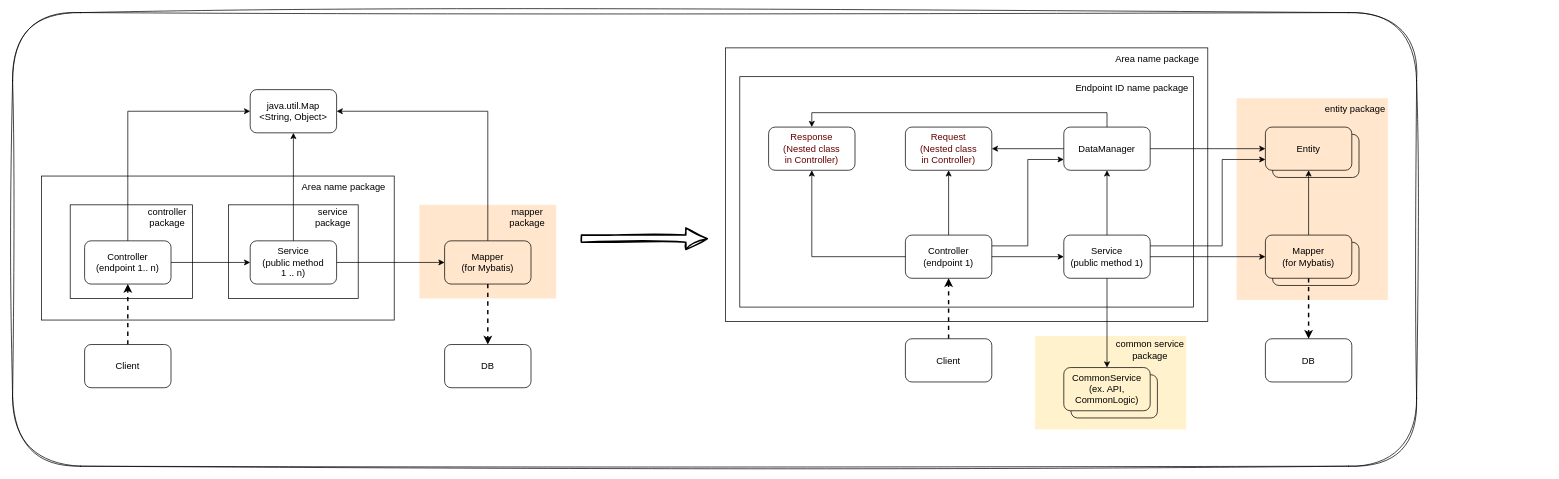
This is page "cover" (4 of 4) of architecture-in-spring/SimpleBackend.drawio from seungyeop-lee/blog-example, a draw.io file, before an edit. Source tidied: cells renumbered, new cells numbered last; positions are measured from the earlier drawing's top-left corner, leaving out a move shared by most shapes. Both pictures are drawn from the tidied source at 72%, with x=0, y=0 at pixel (12, 12).
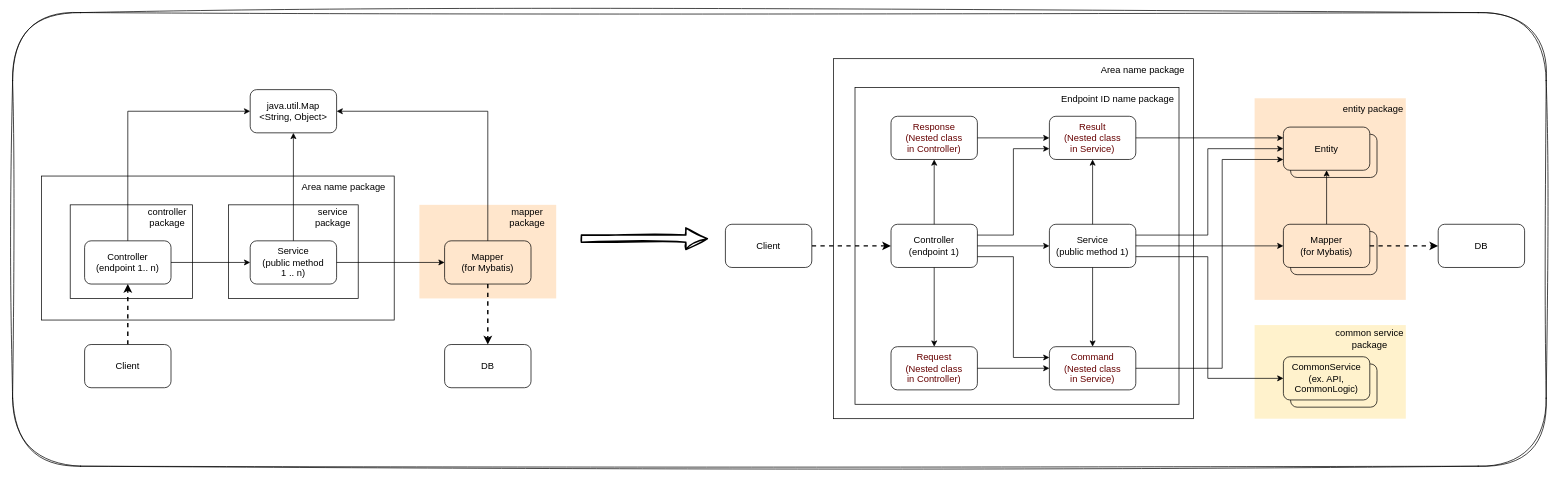
Above is the later version.

Commit message:
Spring MVC & MyBatis 기반 단순 아키텍처: drawio 파일에 TO-BE-v2 추가

The edit, as a diff of the source:
```diff
@@
     <mxCell id="2" style="rounded=1;whiteSpace=wrap;html=1;fillColor=none;sketch=1;curveFitting=1;jiggle=2;" parent="1" vertex="1">
-      <mxGeometry width="1950" height="630" as="geometry" />
+      <mxGeometry width="2130" height="630" as="geometry" />
     </mxCell>
@@
-    <mxCell id="25" style="group;" parent="1" vertex="1">
-      <mxGeometry x="990" y="49" width="920" height="530" as="geometry" />
-    </mxCell>
-    <mxCell id="26" style="rounded=0;whiteSpace=wrap;html=1;shadow=0;glass=0;sketch=0;strokeColor=#000000;fontSize=13;fillColor=none;" parent="25" vertex="1">
-      <mxGeometry width="670" height="380" as="geometry" />
-    </mxCell>
-    <mxCell id="27" style="rounded=0;whiteSpace=wrap;html=1;shadow=0;glass=0;sketch=0;strokeColor=#000000;fontSize=13;fillColor=none;" parent="25" vertex="1">
-      <mxGeometry x="20" y="40" width="630" height="320" as="geometry" />
-    </mxCell>
-    <mxCell id="28" style="rounded=0;whiteSpace=wrap;html=1;fillColor=#fff2cc;strokeColor=none;" parent="25" vertex="1">
-      <mxGeometry x="430" y="400" width="210" height="130" as="geometry" />
-    </mxCell>
-    <mxCell id="29" style="rounded=0;whiteSpace=wrap;html=1;fillColor=#ffe6cc;strokeColor=none;" parent="25" vertex="1">
-      <mxGeometry x="710" y="70" width="210" height="280" as="geometry" />
-    </mxCell>
-    <mxCell id="30" style="rounded=1;whiteSpace=wrap;html=1;fillColor=none;fontStyle=0;fontSize=13;" parent="25" vertex="1">
-      <mxGeometry x="480" y="454" width="120" height="60" as="geometry" />
-    </mxCell>
-    <mxCell id="31" style="rounded=1;whiteSpace=wrap;html=1;fillColor=none;fontStyle=1;fontSize=13;" parent="25" vertex="1">
-      <mxGeometry x="760" y="120" width="120" height="60" as="geometry" />
-    </mxCell>
-    <mxCell id="32" style="rounded=1;whiteSpace=wrap;html=1;fillColor=none;fontStyle=0;fontSize=13;" parent="25" vertex="1">
-      <mxGeometry x="760" y="270" width="120" height="60" as="geometry" />
-    </mxCell>
+    <mxCell id="61" style="endArrow=classic;html=1;rounded=0;shape=arrow;sketch=1;curveFitting=1;jiggle=2;strokeWidth=2;endSize=9;startSize=7;shadow=0;" parent="1" edge="1">
+      <mxGeometry relative="1" as="geometry">
+        <mxPoint x="790" y="314" as="sourcePoint" />
+        <mxPoint x="965" y="314" as="targetPoint" />
+      </mxGeometry>
+    </mxCell>
+    <mxCell id="62" style="group;" parent="1" vertex="1">
+      <mxGeometry x="990" y="64" width="1110" height="500" as="geometry" />
+    </mxCell>
+    <mxCell id="63" style="rounded=0;whiteSpace=wrap;html=1;shadow=0;glass=0;sketch=0;strokeColor=#000000;fontSize=13;fillColor=none;" parent="62" vertex="1">
+      <mxGeometry x="150" width="500" height="500" as="geometry" />
+    </mxCell>
+    <mxCell id="64" style="rounded=0;whiteSpace=wrap;html=1;shadow=0;glass=0;sketch=0;strokeColor=#000000;fontSize=13;fillColor=none;" parent="62" vertex="1">
+      <mxGeometry x="180" y="40" width="450" height="440" as="geometry" />
+    </mxCell>
+    <mxCell id="65" style="rounded=0;whiteSpace=wrap;html=1;fillColor=#fff2cc;strokeColor=none;" parent="62" vertex="1">
+      <mxGeometry x="735" y="370" width="210" height="130" as="geometry" />
+    </mxCell>
+    <mxCell id="66" style="rounded=0;whiteSpace=wrap;html=1;fillColor=#ffe6cc;strokeColor=none;" parent="62" vertex="1">
+      <mxGeometry x="735" y="55" width="210" height="280" as="geometry" />
+    </mxCell>
+    <mxCell id="67" style="rounded=1;whiteSpace=wrap;html=1;fillColor=none;fontStyle=0;fontSize=13;" parent="62" vertex="1">
+      <mxGeometry x="785" y="424" width="120" height="60" as="geometry" />
+    </mxCell>
+    <mxCell id="68" style="rounded=1;whiteSpace=wrap;html=1;fillColor=none;fontStyle=1;fontSize=13;" parent="62" vertex="1">
+      <mxGeometry x="785" y="105" width="120" height="60" as="geometry" />
+    </mxCell>
+    <mxCell id="69" style="rounded=1;whiteSpace=wrap;html=1;fillColor=none;fontStyle=0;fontSize=13;" parent="62" vertex="1">
+      <mxGeometry x="785" y="240" width="120" height="60" as="geometry" />
+    </mxCell>
-    <mxCell id="33" value="Controller&lt;br&gt;(endpoint 1)" style="rounded=1;whiteSpace=wrap;html=1;fillColor=none;fontStyle=0;fontSize=13;glass=0;shadow=0;" parent="25" vertex="1">
-      <mxGeometry x="250" y="260" width="120" height="60" as="geometry" />
+    <mxCell id="33" value="Controller&lt;br&gt;(endpoint 1)" style="rounded=1;whiteSpace=wrap;html=1;fillColor=none;fontStyle=0;fontSize=13;glass=0;shadow=0;" parent="62" vertex="1">
+      <mxGeometry x="230" y="230" width="120" height="60" as="geometry" />
     </mxCell>
-    <mxCell id="34" value="Request&lt;br&gt;(Nested class&lt;br style=&quot;border-color: var(--border-color);&quot;&gt;in Controller)" style="rounded=1;whiteSpace=wrap;html=1;fillColor=none;fontStyle=0;fontSize=13;glass=0;shadow=0;fontColor=#660000;" parent="25" vertex="1">
-      <mxGeometry x="250" y="110" width="120" height="60" as="geometry" />
+    <mxCell id="34" value="Request&lt;br&gt;(Nested class&lt;br style=&quot;border-color: var(--border-color);&quot;&gt;in Controller)" style="rounded=1;whiteSpace=wrap;html=1;fillColor=none;fontStyle=0;fontSize=13;glass=0;shadow=0;fontColor=#660000;" parent="62" vertex="1">
+      <mxGeometry x="230" y="400" width="120" height="60" as="geometry" />
     </mxCell>
-    <mxCell id="35" style="edgeStyle=orthogonalEdgeStyle;rounded=0;jettySize=auto;html=1;exitX=0.5;exitY=0;exitDx=0;exitDy=0;entryX=0.5;entryY=1;entryDx=0;entryDy=0;" parent="25" edge="1" source="33" target="34">
+    <mxCell id="35" style="edgeStyle=orthogonalEdgeStyle;rounded=0;jettySize=auto;html=1;exitX=0.5;exitY=1;exitDx=0;exitDy=0;entryX=0.5;entryY=0;entryDx=0;entryDy=0;" parent="62" edge="1" source="33" target="34">
       <mxGeometry relative="1" as="geometry" />
     </mxCell>
-    <mxCell id="36" value="Response&lt;br&gt;(Nested class&lt;br&gt;in Controller)" style="rounded=1;whiteSpace=wrap;html=1;fillColor=none;fontStyle=0;fontSize=13;glass=0;shadow=0;fontColor=#660000;" parent="25" vertex="1">
-      <mxGeometry x="60" y="110" width="120" height="60" as="geometry" />
+    <mxCell id="36" value="Response&lt;br&gt;(Nested class&lt;br&gt;in Controller)" style="rounded=1;whiteSpace=wrap;html=1;fillColor=none;fontStyle=0;fontSize=13;glass=0;shadow=0;fontColor=#660000;" parent="62" vertex="1">
+      <mxGeometry x="230" y="80" width="120" height="60" as="geometry" />
     </mxCell>
-    <mxCell id="37" style="edgeStyle=orthogonalEdgeStyle;rounded=0;jettySize=auto;html=1;exitX=0;exitY=0.5;exitDx=0;exitDy=0;entryX=0.5;entryY=1;entryDx=0;entryDy=0;" parent="25" edge="1" source="33" target="36">
+    <mxCell id="37" style="edgeStyle=orthogonalEdgeStyle;rounded=0;jettySize=auto;html=1;exitX=0.5;exitY=0;exitDx=0;exitDy=0;entryX=0.5;entryY=1;entryDx=0;entryDy=0;" parent="62" edge="1" source="33" target="36">
       <mxGeometry relative="1" as="geometry" />
     </mxCell>
-    <mxCell id="38" value="Service&lt;br&gt;(public method 1)" style="rounded=1;whiteSpace=wrap;html=1;fillColor=none;fontStyle=0;fontSize=13;glass=0;shadow=0;" parent="25" vertex="1">
-      <mxGeometry x="470" y="260" width="120" height="60" as="geometry" />
+    <mxCell id="38" value="Service&lt;br&gt;(public method 1)" style="rounded=1;whiteSpace=wrap;html=1;fillColor=none;fontStyle=0;fontSize=13;glass=0;shadow=0;" parent="62" vertex="1">
+      <mxGeometry x="450" y="230" width="120" height="60" as="geometry" />
     </mxCell>
-    <mxCell id="39" style="edgeStyle=orthogonalEdgeStyle;rounded=0;jettySize=auto;html=1;exitX=1;exitY=0.5;exitDx=0;exitDy=0;entryX=0;entryY=0.5;entryDx=0;entryDy=0;" parent="25" edge="1" source="33" target="38">
+    <mxCell id="39" style="edgeStyle=orthogonalEdgeStyle;rounded=0;jettySize=auto;html=1;exitX=1;exitY=0.5;exitDx=0;exitDy=0;entryX=0;entryY=0.5;entryDx=0;entryDy=0;" parent="62" edge="1" source="33" target="38">
       <mxGeometry relative="1" as="geometry" />
     </mxCell>
-    <mxCell id="40" style="edgeStyle=orthogonalEdgeStyle;rounded=0;jettySize=auto;html=1;exitX=0;exitY=0.5;exitDx=0;exitDy=0;entryX=1;entryY=0.5;entryDx=0;entryDy=0;" parent="25" edge="1" source="42" target="34">
-      <mxGeometry relative="1" as="geometry" />
-    </mxCell>
-    <mxCell id="41" style="edgeStyle=orthogonalEdgeStyle;rounded=0;jettySize=auto;html=1;exitX=0.5;exitY=0;exitDx=0;exitDy=0;entryX=0.5;entryY=0;entryDx=0;entryDy=0;" parent="25" edge="1" source="42" target="36">
-      <mxGeometry relative="1" as="geometry" />
-    </mxCell>
-    <mxCell id="42" value="DataManager" style="rounded=1;whiteSpace=wrap;html=1;fillColor=none;fontStyle=0;fontSize=13;glass=0;shadow=0;" parent="25" vertex="1">
-      <mxGeometry x="470" y="110" width="120" height="60" as="geometry" />
-    </mxCell>
-    <mxCell id="43" style="edgeStyle=orthogonalEdgeStyle;rounded=0;jettySize=auto;html=1;exitX=1;exitY=0.25;exitDx=0;exitDy=0;entryX=0;entryY=0.75;entryDx=0;entryDy=0;" parent="25" edge="1" source="33" target="42">
-      <mxGeometry relative="1" as="geometry">
-        <Array as="points">
-          <mxPoint x="420" y="275" />
-          <mxPoint x="420" y="155" />
-        </Array>
-      </mxGeometry>
-    </mxCell>
-    <mxCell id="44" style="edgeStyle=orthogonalEdgeStyle;rounded=0;jettySize=auto;html=1;exitX=0.5;exitY=0;exitDx=0;exitDy=0;entryX=0.5;entryY=1;entryDx=0;entryDy=0;" parent="25" edge="1" source="38" target="42">
-      <mxGeometry relative="1" as="geometry" />
-    </mxCell>
-    <mxCell id="45" value="Entity" style="rounded=1;whiteSpace=wrap;html=1;fillColor=#ffe6cc;fontStyle=0;fontSize=13;strokeColor=#000000;glass=0;shadow=0;fontColor=#000000;" parent="25" vertex="1">
-      <mxGeometry x="750" y="110" width="120" height="60" as="geometry" />
+    <mxCell id="45" value="Entity" style="rounded=1;whiteSpace=wrap;html=1;fillColor=#ffe6cc;fontStyle=0;fontSize=13;strokeColor=#000000;glass=0;shadow=0;fontColor=#000000;" parent="62" vertex="1">
+      <mxGeometry x="775" y="95" width="120" height="60" as="geometry" />
     </mxCell>
-    <mxCell id="46" style="edgeStyle=orthogonalEdgeStyle;rounded=0;jettySize=auto;html=1;exitX=1;exitY=0.25;exitDx=0;exitDy=0;entryX=0;entryY=0.75;entryDx=0;entryDy=0;" parent="25" edge="1" source="38" target="45">
+    <mxCell id="46" style="edgeStyle=orthogonalEdgeStyle;rounded=0;jettySize=auto;html=1;exitX=1;exitY=0.25;exitDx=0;exitDy=0;entryX=0;entryY=0.5;entryDx=0;entryDy=0;" parent="62" edge="1" source="38" target="45">
       <mxGeometry relative="1" as="geometry">
         <Array as="points">
-          <mxPoint x="690" y="275" />
-          <mxPoint x="690" y="155" />
+          <mxPoint x="670" y="245" />
+          <mxPoint x="670" y="125" />
         </Array>
       </mxGeometry>
     </mxCell>
-    <mxCell id="47" style="edgeStyle=orthogonalEdgeStyle;rounded=0;jettySize=auto;html=1;exitX=1;exitY=0.5;exitDx=0;exitDy=0;entryX=0;entryY=0.5;entryDx=0;entryDy=0;" parent="25" edge="1" source="42" target="45">
-      <mxGeometry relative="1" as="geometry" />
-    </mxCell>
-    <mxCell id="48" style="edgeStyle=orthogonalEdgeStyle;rounded=0;jettySize=auto;html=1;exitX=0.5;exitY=0;exitDx=0;exitDy=0;entryX=0.5;entryY=1;entryDx=0;entryDy=0;" parent="25" edge="1" source="49" target="45">
+    <mxCell id="48" style="edgeStyle=orthogonalEdgeStyle;rounded=0;jettySize=auto;html=1;exitX=0.5;exitY=0;exitDx=0;exitDy=0;entryX=0.5;entryY=1;entryDx=0;entryDy=0;" parent="62" edge="1" source="49" target="45">
       <mxGeometry relative="1" as="geometry" />
     </mxCell>
-    <mxCell id="49" value="Mapper&lt;br&gt;(for Mybatis)" style="rounded=1;whiteSpace=wrap;html=1;fillColor=#ffe6cc;fontStyle=0;fontSize=13;strokeColor=#000000;glass=0;shadow=0;" parent="25" vertex="1">
-      <mxGeometry x="750" y="260" width="120" height="60" as="geometry" />
+    <mxCell id="49" value="Mapper&lt;br&gt;(for Mybatis)" style="rounded=1;whiteSpace=wrap;html=1;fillColor=#ffe6cc;fontStyle=0;fontSize=13;strokeColor=#000000;glass=0;shadow=0;" parent="62" vertex="1">
+      <mxGeometry x="775" y="230" width="120" height="60" as="geometry" />
     </mxCell>
-    <mxCell id="50" style="edgeStyle=orthogonalEdgeStyle;rounded=0;jettySize=auto;html=1;exitX=1;exitY=0.5;exitDx=0;exitDy=0;entryX=0;entryY=0.5;entryDx=0;entryDy=0;" parent="25" edge="1" source="38" target="49">
+    <mxCell id="50" style="edgeStyle=orthogonalEdgeStyle;rounded=0;jettySize=auto;html=1;exitX=1;exitY=0.5;exitDx=0;exitDy=0;entryX=0;entryY=0.5;entryDx=0;entryDy=0;" parent="62" edge="1" source="38" target="49">
       <mxGeometry relative="1" as="geometry" />
     </mxCell>
-    <mxCell id="51" value="CommonService&lt;br&gt;(ex. API, CommonLogic)" style="rounded=1;whiteSpace=wrap;html=1;fillColor=#fff2cc;fontStyle=0;fontSize=13;strokeColor=#000000;glass=0;shadow=0;" parent="25" vertex="1">
-      <mxGeometry x="470" y="444" width="120" height="60" as="geometry" />
+    <mxCell id="51" value="CommonService&lt;br&gt;(ex. API, CommonLogic)" style="rounded=1;whiteSpace=wrap;html=1;fillColor=#fff2cc;fontStyle=0;fontSize=13;strokeColor=#000000;glass=0;shadow=0;" parent="62" vertex="1">
+      <mxGeometry x="775" y="414" width="120" height="60" as="geometry" />
     </mxCell>
-    <mxCell id="52" style="edgeStyle=orthogonalEdgeStyle;rounded=0;jettySize=auto;html=1;exitX=0.5;exitY=1;exitDx=0;exitDy=0;entryX=0.5;entryY=0;entryDx=0;entryDy=0;" parent="25" edge="1" source="38" target="51">
-      <mxGeometry relative="1" as="geometry" />
+    <mxCell id="52" style="edgeStyle=orthogonalEdgeStyle;rounded=0;jettySize=auto;html=1;exitX=1;exitY=0.75;exitDx=0;exitDy=0;entryX=0;entryY=0.5;entryDx=0;entryDy=0;" parent="62" edge="1" source="38" target="51">
+      <mxGeometry relative="1" as="geometry">
+        <Array as="points">
+          <mxPoint x="670" y="275" />
+          <mxPoint x="670" y="444" />
+        </Array>
+      </mxGeometry>
     </mxCell>
-    <mxCell id="53" style="edgeStyle=orthogonalEdgeStyle;rounded=0;jettySize=auto;html=1;exitX=0.5;exitY=0;exitDx=0;exitDy=0;entryX=0.5;entryY=1;entryDx=0;entryDy=0;fontSize=13;endArrow=classic;endFill=1;strokeColor=default;strokeWidth=2;dashed=1;" parent="25" edge="1" source="54" target="33">
+    <mxCell id="53" style="edgeStyle=orthogonalEdgeStyle;rounded=0;jettySize=auto;html=1;exitX=1;exitY=0.5;exitDx=0;exitDy=0;entryX=0;entryY=0.5;entryDx=0;entryDy=0;fontSize=13;endArrow=classic;endFill=1;strokeColor=default;strokeWidth=2;dashed=1;" parent="62" edge="1" source="54" target="33">
       <mxGeometry relative="1" as="geometry" />
     </mxCell>
-    <mxCell id="54" value="Client" style="rounded=1;whiteSpace=wrap;html=1;fontSize=13;glass=0;shadow=0;" parent="25" vertex="1">
-      <mxGeometry x="250" y="404" width="120" height="60" as="geometry" />
+    <mxCell id="54" value="Client" style="rounded=1;whiteSpace=wrap;html=1;fontSize=13;glass=0;shadow=0;" parent="62" vertex="1">
+      <mxGeometry y="230" width="120" height="60" as="geometry" />
     </mxCell>
-    <mxCell id="55" value="DB" style="rounded=1;whiteSpace=wrap;html=1;fontSize=13;glass=0;shadow=0;" parent="25" vertex="1">
-      <mxGeometry x="750" y="404" width="120" height="60" as="geometry" />
+    <mxCell id="55" value="DB" style="rounded=1;whiteSpace=wrap;html=1;fontSize=13;glass=0;shadow=0;" parent="62" vertex="1">
+      <mxGeometry x="990" y="230" width="120" height="60" as="geometry" />
     </mxCell>
-    <mxCell id="56" style="edgeStyle=orthogonalEdgeStyle;rounded=0;jettySize=auto;html=1;exitX=0.5;exitY=1;exitDx=0;exitDy=0;entryX=0.5;entryY=0;entryDx=0;entryDy=0;fontSize=13;strokeWidth=2;endArrow=classic;endFill=1;dashed=1;" parent="25" edge="1" source="49" target="55">
+    <mxCell id="56" style="edgeStyle=orthogonalEdgeStyle;rounded=0;jettySize=auto;html=1;exitX=1;exitY=0.5;exitDx=0;exitDy=0;entryX=0;entryY=0.5;entryDx=0;entryDy=0;fontSize=13;strokeWidth=2;endArrow=classic;endFill=1;dashed=1;" parent="62" edge="1" source="49" target="55">
       <mxGeometry relative="1" as="geometry" />
     </mxCell>
-    <mxCell id="57" value="entity package" style="text;html=1;strokeColor=none;fillColor=none;align=center;verticalAlign=middle;whiteSpace=wrap;rounded=0;fontSize=13;" parent="25" vertex="1">
-      <mxGeometry x="830" y="70" width="90" height="30" as="geometry" />
+    <mxCell id="57" value="entity package" style="text;html=1;strokeColor=none;fillColor=none;align=center;verticalAlign=middle;whiteSpace=wrap;rounded=0;fontSize=13;" parent="62" vertex="1">
+      <mxGeometry x="855" y="55" width="90" height="30" as="geometry" />
     </mxCell>
-    <mxCell id="58" value="Endpoint ID name package" style="text;html=1;strokeColor=none;fillColor=none;align=center;verticalAlign=middle;whiteSpace=wrap;rounded=0;fontSize=13;" parent="25" vertex="1">
-      <mxGeometry x="480" y="40" width="170" height="30" as="geometry" />
+    <mxCell id="58" value="Endpoint ID name package" style="text;html=1;strokeColor=none;fillColor=none;align=center;verticalAlign=middle;whiteSpace=wrap;rounded=0;fontSize=13;" parent="62" vertex="1">
+      <mxGeometry x="460" y="40" width="170" height="30" as="geometry" />
     </mxCell>
-    <mxCell id="59" value="common service&lt;br&gt;package" style="text;html=1;strokeColor=none;fillColor=none;align=center;verticalAlign=middle;whiteSpace=wrap;rounded=0;fontSize=13;" parent="25" vertex="1">
-      <mxGeometry x="540" y="404" width="100" height="30" as="geometry" />
+    <mxCell id="59" value="common service&lt;br&gt;package" style="text;html=1;strokeColor=none;fillColor=none;align=center;verticalAlign=middle;whiteSpace=wrap;rounded=0;fontSize=13;" parent="62" vertex="1">
+      <mxGeometry x="845" y="374" width="100" height="30" as="geometry" />
     </mxCell>
-    <mxCell id="60" value="Area name package" style="text;html=1;strokeColor=none;fillColor=none;align=center;verticalAlign=middle;whiteSpace=wrap;rounded=0;fontSize=13;" parent="25" vertex="1">
-      <mxGeometry x="530" width="140" height="30" as="geometry" />
+    <mxCell id="60" value="Area name package" style="text;html=1;strokeColor=none;fillColor=none;align=center;verticalAlign=middle;whiteSpace=wrap;rounded=0;fontSize=13;" parent="62" vertex="1">
+      <mxGeometry x="510" width="140" height="30" as="geometry" />
     </mxCell>
-    <mxCell id="61" style="endArrow=classic;html=1;rounded=0;shape=arrow;sketch=1;curveFitting=1;jiggle=2;strokeWidth=2;endSize=9;startSize=7;shadow=0;" parent="1" edge="1">
-      <mxGeometry relative="1" as="geometry">
-        <mxPoint x="790" y="314" as="sourcePoint" />
-        <mxPoint x="965" y="314" as="targetPoint" />
-      </mxGeometry>
-    </mxCell>
+    <mxCell id="70" style="edgeStyle=orthogonalEdgeStyle;rounded=0;jettySize=auto;html=1;exitX=1;exitY=0.5;exitDx=0;exitDy=0;entryX=0;entryY=0.25;entryDx=0;entryDy=0;" parent="62" edge="1" source="71" target="45">
+      <mxGeometry relative="1" as="geometry" />
+    </mxCell>
+    <mxCell id="71" value="Result&lt;br&gt;(Nested class&lt;br style=&quot;border-color: var(--border-color);&quot;&gt;in Service)" style="rounded=1;whiteSpace=wrap;html=1;fillColor=none;fontStyle=0;fontSize=13;glass=0;shadow=0;fontColor=#660000;" parent="62" vertex="1">
+      <mxGeometry x="450" y="80" width="120" height="60" as="geometry" />
+    </mxCell>
+    <mxCell id="72" style="edgeStyle=orthogonalEdgeStyle;rounded=0;jettySize=auto;html=1;exitX=1;exitY=0.25;exitDx=0;exitDy=0;entryX=0;entryY=0.75;entryDx=0;entryDy=0;" parent="62" edge="1" source="33" target="71">
+      <mxGeometry relative="1" as="geometry">
+        <Array as="points">
+          <mxPoint x="400" y="245" />
+          <mxPoint x="400" y="125" />
+        </Array>
+      </mxGeometry>
+    </mxCell>
+    <mxCell id="73" style="edgeStyle=orthogonalEdgeStyle;rounded=0;jettySize=auto;html=1;exitX=1;exitY=0.5;exitDx=0;exitDy=0;entryX=0;entryY=0.5;entryDx=0;entryDy=0;" parent="62" edge="1" source="36" target="71">
+      <mxGeometry relative="1" as="geometry" />
+    </mxCell>
+    <mxCell id="74" style="edgeStyle=orthogonalEdgeStyle;rounded=0;jettySize=auto;html=1;exitX=0.5;exitY=0;exitDx=0;exitDy=0;entryX=0.5;entryY=1;entryDx=0;entryDy=0;" parent="62" edge="1" source="38" target="71">
+      <mxGeometry relative="1" as="geometry" />
+    </mxCell>
+    <mxCell id="75" style="edgeStyle=orthogonalEdgeStyle;rounded=0;jettySize=auto;html=1;exitX=1;exitY=0.5;exitDx=0;exitDy=0;entryX=0;entryY=0.75;entryDx=0;entryDy=0;" parent="62" edge="1" source="76" target="45">
+      <mxGeometry relative="1" as="geometry">
+        <Array as="points">
+          <mxPoint x="690" y="430" />
+          <mxPoint x="690" y="140" />
+        </Array>
+      </mxGeometry>
+    </mxCell>
+    <mxCell id="76" value="Command&lt;br&gt;(Nested class&lt;br style=&quot;border-color: var(--border-color);&quot;&gt;in Service)" style="rounded=1;whiteSpace=wrap;html=1;fillColor=none;fontStyle=0;fontSize=13;glass=0;shadow=0;fontColor=#660000;" parent="62" vertex="1">
+      <mxGeometry x="450" y="400" width="120" height="60" as="geometry" />
+    </mxCell>
+    <mxCell id="77" style="edgeStyle=orthogonalEdgeStyle;rounded=0;jettySize=auto;html=1;exitX=1;exitY=0.75;exitDx=0;exitDy=0;entryX=0;entryY=0.25;entryDx=0;entryDy=0;" parent="62" edge="1" source="33" target="76">
+      <mxGeometry relative="1" as="geometry" />
+    </mxCell>
+    <mxCell id="78" style="edgeStyle=orthogonalEdgeStyle;rounded=0;jettySize=auto;html=1;exitX=1;exitY=0.5;exitDx=0;exitDy=0;entryX=0;entryY=0.5;entryDx=0;entryDy=0;" parent="62" edge="1" source="34" target="76">
+      <mxGeometry relative="1" as="geometry" />
+    </mxCell>
+    <mxCell id="79" style="edgeStyle=orthogonalEdgeStyle;rounded=0;jettySize=auto;html=1;exitX=0.5;exitY=1;exitDx=0;exitDy=0;entryX=0.5;entryY=0;entryDx=0;entryDy=0;" parent="62" edge="1" source="38" target="76">
+      <mxGeometry relative="1" as="geometry" />
+    </mxCell>
```
